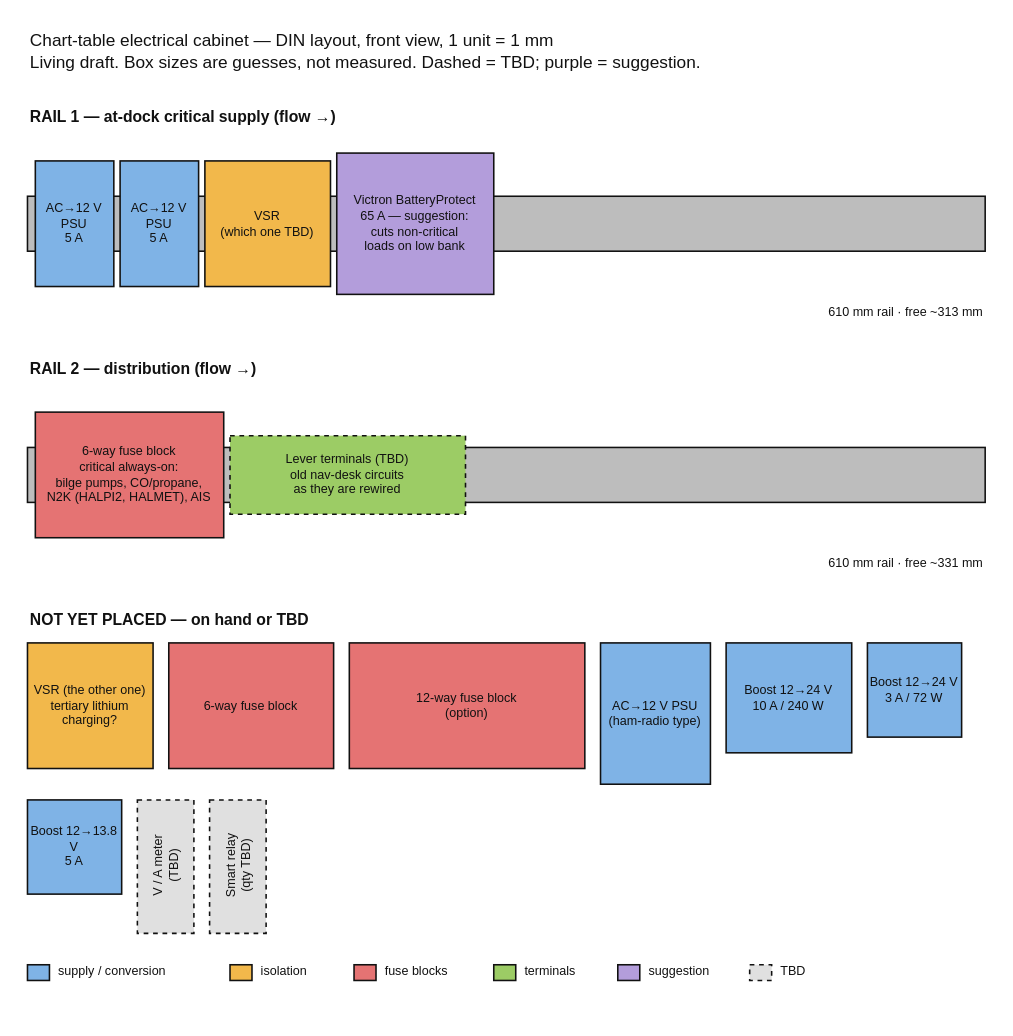
mark-brannan/symphony keeps this draw.io diagram as diagrams/electrical/chart-table-cabinet.drawio. Above is the earlier version. Source tidied: cells renumbered, new cells numbered last; positions are measured from the earlier drawing's top-left corner, leaving out a move shared by most shapes. Both pictures are drawn from the tidied source at 157%, with x=0, y=0 at pixel (27, 27).
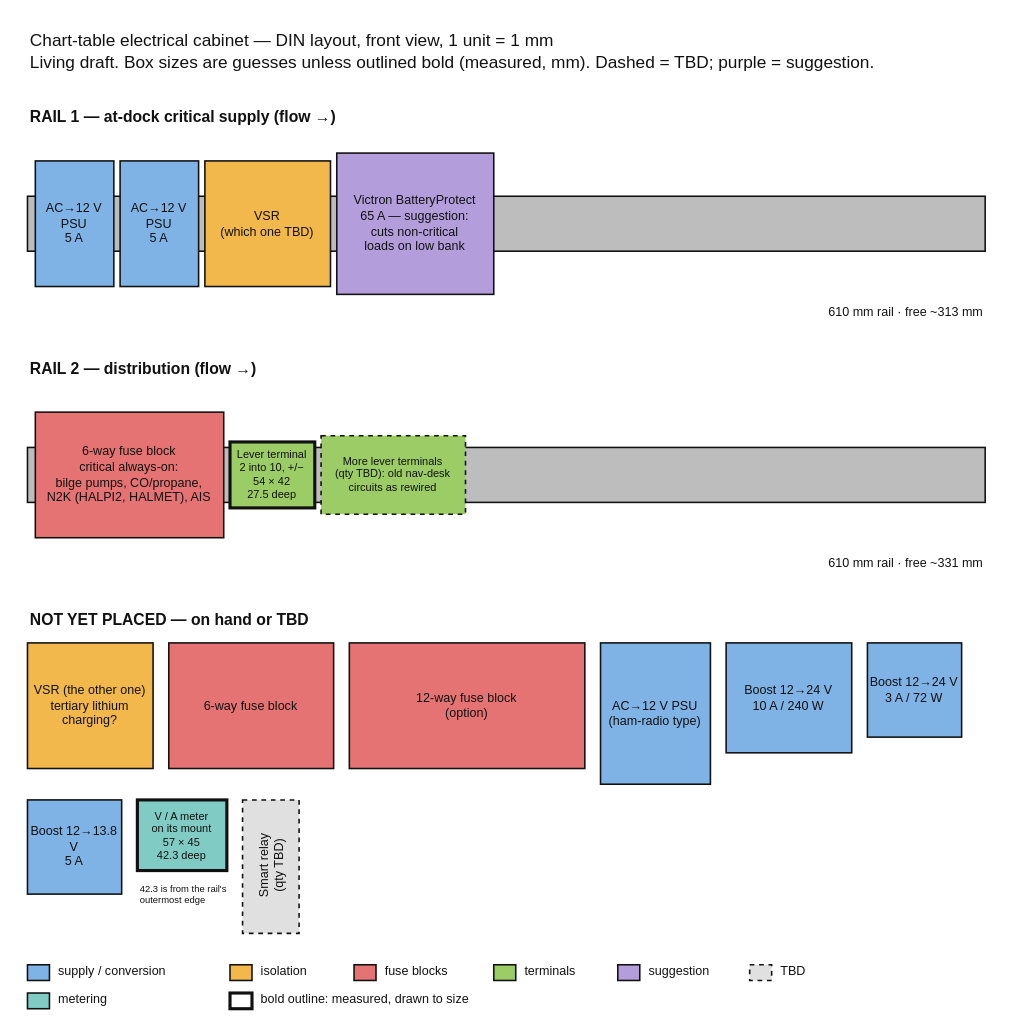
Above is the later version.

Commit message:
Chart-table cabinet: V/A meter and lever terminal drawn to measured size (#181)

Change to the diagram source:
```diff
@@
-    <mxCell id="2" value="Chart-table electrical cabinet — DIN layout, front view, 1 unit = 1 mm&lt;br&gt;Living draft. Box sizes are guesses, not measured. Dashed = TBD; purple = suggestion." style="text;html=1;align=left;verticalAlign=middle;fontSize=11;fontColor=#111111;" parent="1" vertex="1">
+    <mxCell id="2" value="Chart-table electrical cabinet — DIN layout, front view, 1 unit = 1 mm&lt;br&gt;Living draft. Box sizes are guesses unless outlined bold (measured, mm). Dashed = TBD; purple = suggestion." style="text;html=1;align=left;verticalAlign=middle;fontSize=11;fontColor=#111111;" parent="1" vertex="1">
       <mxGeometry width="610" height="30" as="geometry" />
     </mxCell>
@@
-    <mxCell id="13" value="Lever terminals (TBD)&lt;br&gt;old nav-desk circuits&lt;br&gt;as they are rewired" style="rounded=0;whiteSpace=wrap;html=1;fillColor=#9ccc65;strokeColor=#111111;fontColor=#111111;fontSize=8;dashed=1;" parent="1" vertex="1">
-      <mxGeometry x="129" y="260" width="150" height="50" as="geometry" />
+    <mxCell id="13" value="Lever terminal&lt;br&gt;2 into 10, +/−&lt;br&gt;54 × 42&lt;br&gt;27.5 deep" style="rounded=0;whiteSpace=wrap;html=1;fillColor=#9ccc65;strokeColor=#111111;fontColor=#111111;fontSize=7;strokeWidth=2;" parent="1" vertex="1">
+      <mxGeometry x="129" y="264" width="54" height="42" as="geometry" />
     </mxCell>
+    <mxCell id="37" value="More lever terminals&lt;br&gt;(qty TBD): old nav-desk&lt;br&gt;circuits as rewired" style="rounded=0;whiteSpace=wrap;html=1;fillColor=#9ccc65;strokeColor=#111111;fontColor=#111111;fontSize=7;dashed=1;" parent="1" vertex="1">
+      <mxGeometry x="187" y="260" width="92" height="50" as="geometry" />
+    </mxCell>
@@
-    <mxCell id="23" value="V / A meter&lt;br&gt;(TBD)" style="rounded=0;whiteSpace=wrap;html=1;fillColor=#e0e0e0;strokeColor=#111111;fontColor=#111111;fontSize=8;dashed=1;horizontal=0;" parent="1" vertex="1">
-      <mxGeometry x="70" y="492" width="36" height="85" as="geometry" />
+    <mxCell id="23" value="V / A meter&lt;br&gt;on its mount&lt;br&gt;57 × 45&lt;br&gt;42.3 deep" style="rounded=0;whiteSpace=wrap;html=1;fillColor=#80cbc4;strokeColor=#111111;fontColor=#111111;fontSize=7;strokeWidth=2;" parent="1" vertex="1">
+      <mxGeometry x="70" y="492" width="57" height="45" as="geometry" />
     </mxCell>
     <mxCell id="24" value="Smart relay&lt;br&gt;(qty TBD)" style="rounded=0;whiteSpace=wrap;html=1;fillColor=#e0e0e0;strokeColor=#111111;fontColor=#111111;fontSize=8;dashed=1;horizontal=0;" parent="1" vertex="1">
-      <mxGeometry x="116" y="492" width="36" height="85" as="geometry" />
+      <mxGeometry x="137" y="492" width="36" height="85" as="geometry" />
     </mxCell>
@@
+    <mxCell id="38" style="rounded=0;whiteSpace=wrap;html=1;fillColor=#80cbc4;strokeColor=#111111;fontColor=#111111;fontSize=9;" parent="1" vertex="1">
+      <mxGeometry y="615" width="14" height="10" as="geometry" />
+    </mxCell>
+    <mxCell id="39" value="metering" style="text;html=1;align=left;verticalAlign=middle;fontSize=8;fontColor=#111111;" parent="1" vertex="1">
+      <mxGeometry x="18" y="613" width="110" height="12" as="geometry" />
+    </mxCell>
+    <mxCell id="40" style="rounded=0;whiteSpace=wrap;html=1;fillColor=#ffffff;strokeColor=#111111;fontColor=#111111;fontSize=9;strokeWidth=2;" parent="1" vertex="1">
+      <mxGeometry x="129" y="615" width="14" height="10" as="geometry" />
+    </mxCell>
+    <mxCell id="41" value="bold outline: measured, drawn to size" style="text;html=1;align=left;verticalAlign=middle;fontSize=8;fontColor=#111111;" parent="1" vertex="1">
+      <mxGeometry x="147" y="613" width="220" height="12" as="geometry" />
+    </mxCell>
+    <mxCell id="42" value="42.3 is from the rail's&lt;br&gt;outermost edge" style="text;html=1;align=left;verticalAlign=top;fontSize=6;fontColor=#111111;" parent="1" vertex="1">
+      <mxGeometry x="70" y="539" width="64" height="18" as="geometry" />
+    </mxCell>
```
